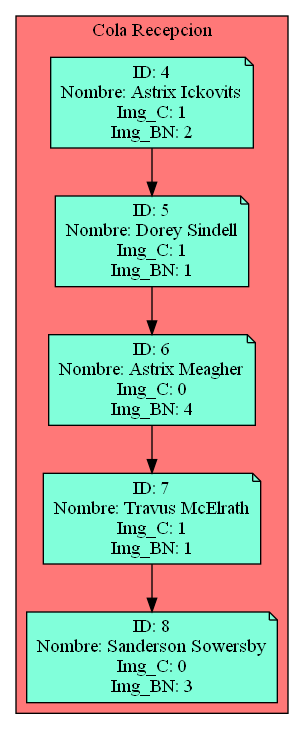
Before: Cola_Reception.png, a diagram exported from Graphviz (Serch-ING/EDD_UDRAWING_202000119). Its source is kept beside it as Cola_Reception.dot.
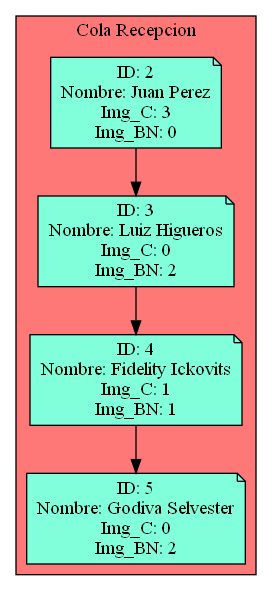
Later version of the same file.

The edit, as a diff of the source:
```diff
@@ -3,28 +3,23 @@
 subgraph cluster_p{
     label= " Cola Recepcion "
     bgcolor = "#FF7878"
-Nodo203849460[label="ID: 4
-Nombre: Astrix Ickovits
-Img_C: 1
+Nodo1516500233[label="ID: 2
+Nombre: Juan Perez
+Img_C: 3
+Img_BN: 0",fillcolor="#81FFDA"]
+Nodo1850180796[label="ID: 3
+Nombre: Luiz Higueros
+Img_C: 0
 Img_BN: 2",fillcolor="#81FFDA"]
-Nodo1058634310[label="ID: 5
-Nombre: Dorey Sindell
+Nodo893192050[label="ID: 4
+Nombre: Fidelity Ickovits
 Img_C: 1
 Img_BN: 1",fillcolor="#81FFDA"]
-Nodo1668016508[label="ID: 6
-Nombre: Astrix Meagher
+Nodo644345897[label="ID: 5
+Nombre: Godiva Selvester
 Img_C: 0
-Img_BN: 4",fillcolor="#81FFDA"]
-Nodo1353070773[label="ID: 7
-Nombre: Travus McElrath
-Img_C: 1
-Img_BN: 1",fillcolor="#81FFDA"]
-Nodo388357135[label="ID: 8
-Nombre: Sanderson Sowersby
-Img_C: 0
-Img_BN: 3",fillcolor="#81FFDA"]
-Nodo203849460 -> Nodo1058634310
-Nodo1058634310 -> Nodo1668016508
-Nodo1668016508 -> Nodo1353070773
-Nodo1353070773 -> Nodo388357135
+Img_BN: 2",fillcolor="#81FFDA"]
+Nodo1516500233 -> Nodo1850180796
+Nodo1850180796 -> Nodo893192050
+Nodo893192050 -> Nodo644345897
 }}
```
